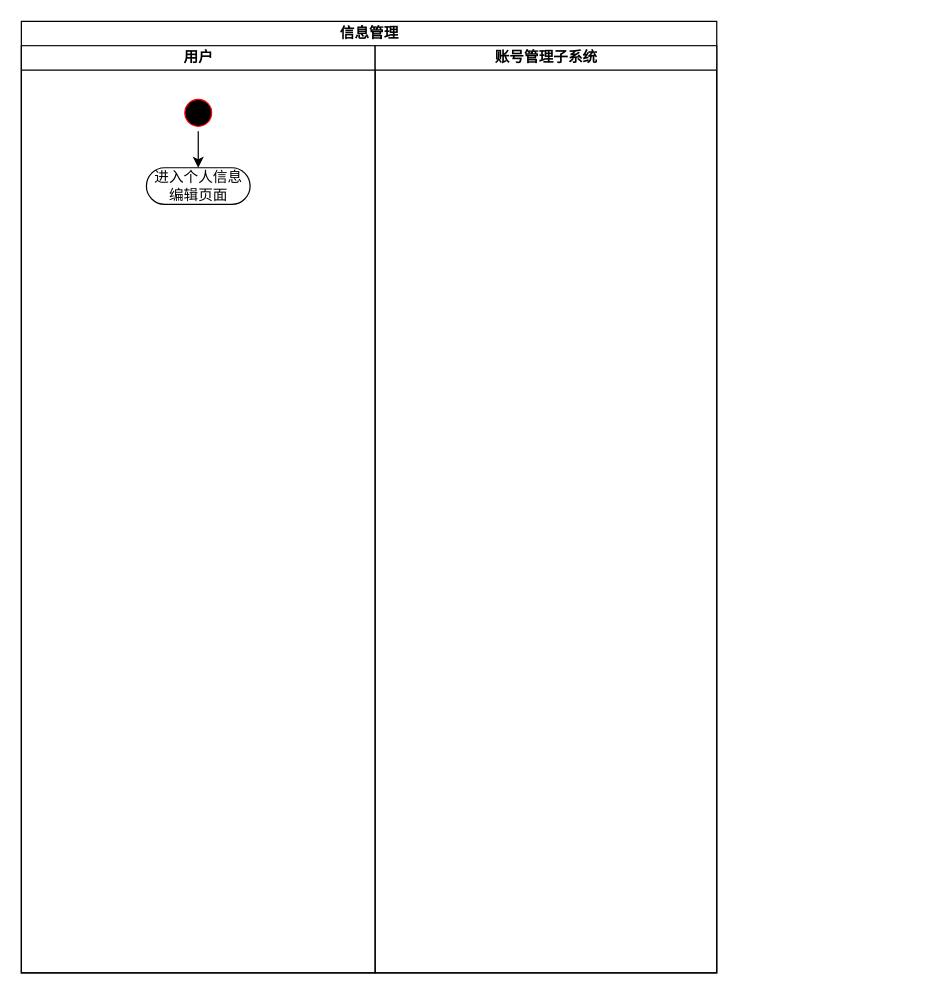
Earlier version of the draw.io diagram 信息管理活动图.drawio (PomeloLemon/SoftwareDiagrams). Source tidied: cells renumbered, new cells numbered last; positions are measured from the earlier drawing's top-left corner, leaving out a move shared by most shapes. Both pictures are drawn from the tidied source at 122%, with x=0, y=0 at pixel (21, 21).
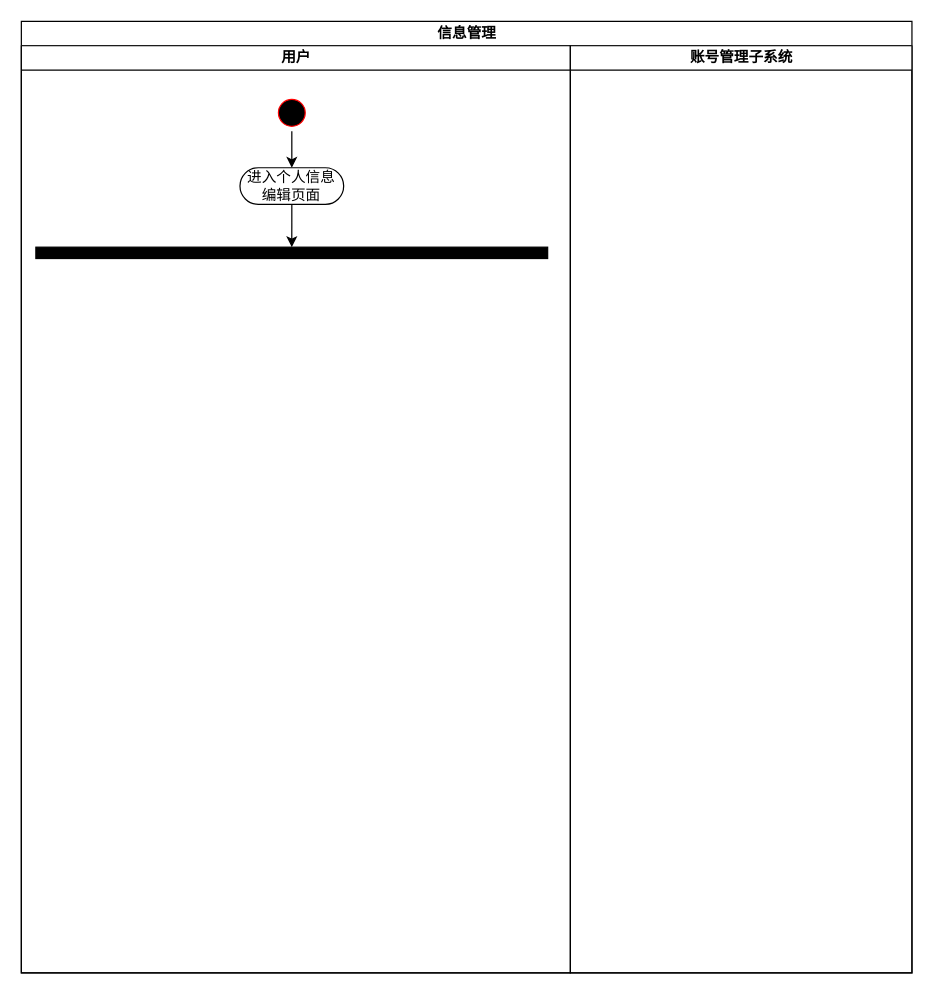
The same page after the edit.

Commit message (it also covers changes not shown here):
更新信息管理活动图.drawio

Change to the diagram source:
```diff
@@
 <mxGraphModel>
   <root>
     <mxCell id="0" />
     <mxCell id="1" parent="0" />
     <mxCell id="2" value="信息管理" style="swimlane;startSize=20;html=1;" parent="1" vertex="1">
-      <mxGeometry width="570" height="780" as="geometry" />
+      <mxGeometry width="730" height="780" as="geometry" />
     </mxCell>
     <mxCell id="3" value="用户" style="swimlane;startSize=20;html=1;" parent="2" vertex="1">
-      <mxGeometry y="20" width="290" height="760" as="geometry" />
+      <mxGeometry y="20" width="450" height="760" as="geometry" />
     </mxCell>
     <mxCell id="4" style="edgeStyle=orthogonalEdgeStyle;rounded=0;jettySize=auto;html=1;exitX=0.5;exitY=1;exitDx=0;exitDy=0;entryX=0.5;entryY=0;entryDx=0;entryDy=0;" parent="3" edge="1" source="5" target="6">
       <mxGeometry relative="1" as="geometry" />
     </mxCell>
     <mxCell id="5" style="ellipse;html=1;shape=startState;fillColor=#000000;strokeColor=#ff0000;" parent="3" vertex="1">
-      <mxGeometry x="130" y="40" width="30" height="30" as="geometry" />
+      <mxGeometry x="206.7" y="40" width="30" height="30" as="geometry" />
     </mxCell>
+    <mxCell id="8" style="edgeStyle=orthogonalEdgeStyle;rounded=0;jettySize=auto;html=1;entryX=0.5;entryY=1;entryDx=0;entryDy=0;" parent="3" edge="1" source="6" target="9">
+      <mxGeometry relative="1" as="geometry" />
+    </mxCell>
     <mxCell id="6" value="进入个人信息编辑页面" style="rounded=1;whiteSpace=wrap;html=1;shadow=0;comic=0;labelBackgroundColor=none;strokeWidth=1;fontFamily=Verdana;fontSize=12;align=center;arcSize=50;" parent="3" vertex="1">
-      <mxGeometry x="102.5" y="100" width="85" height="30" as="geometry" />
+      <mxGeometry x="179.2" y="100" width="85" height="30" as="geometry" />
     </mxCell>
+    <mxCell id="9" style="whiteSpace=wrap;html=1;rounded=0;shadow=0;comic=0;labelBackgroundColor=none;strokeWidth=1;fillColor=#000000;fontFamily=Verdana;fontSize=12;align=center;rotation=90;direction=south;" parent="3" vertex="1">
+      <mxGeometry x="217" y="-40" width="9.3" height="419.5" as="geometry" />
+    </mxCell>
     <mxCell id="7" value="账号管理子系统" style="swimlane;startSize=20;html=1;" parent="2" vertex="1">
-      <mxGeometry x="290" y="20" width="280" height="760" as="geometry" />
+      <mxGeometry x="450" y="20" width="280" height="760" as="geometry" />
     </mxCell>
   </root>
 </mxGraphModel>
```
